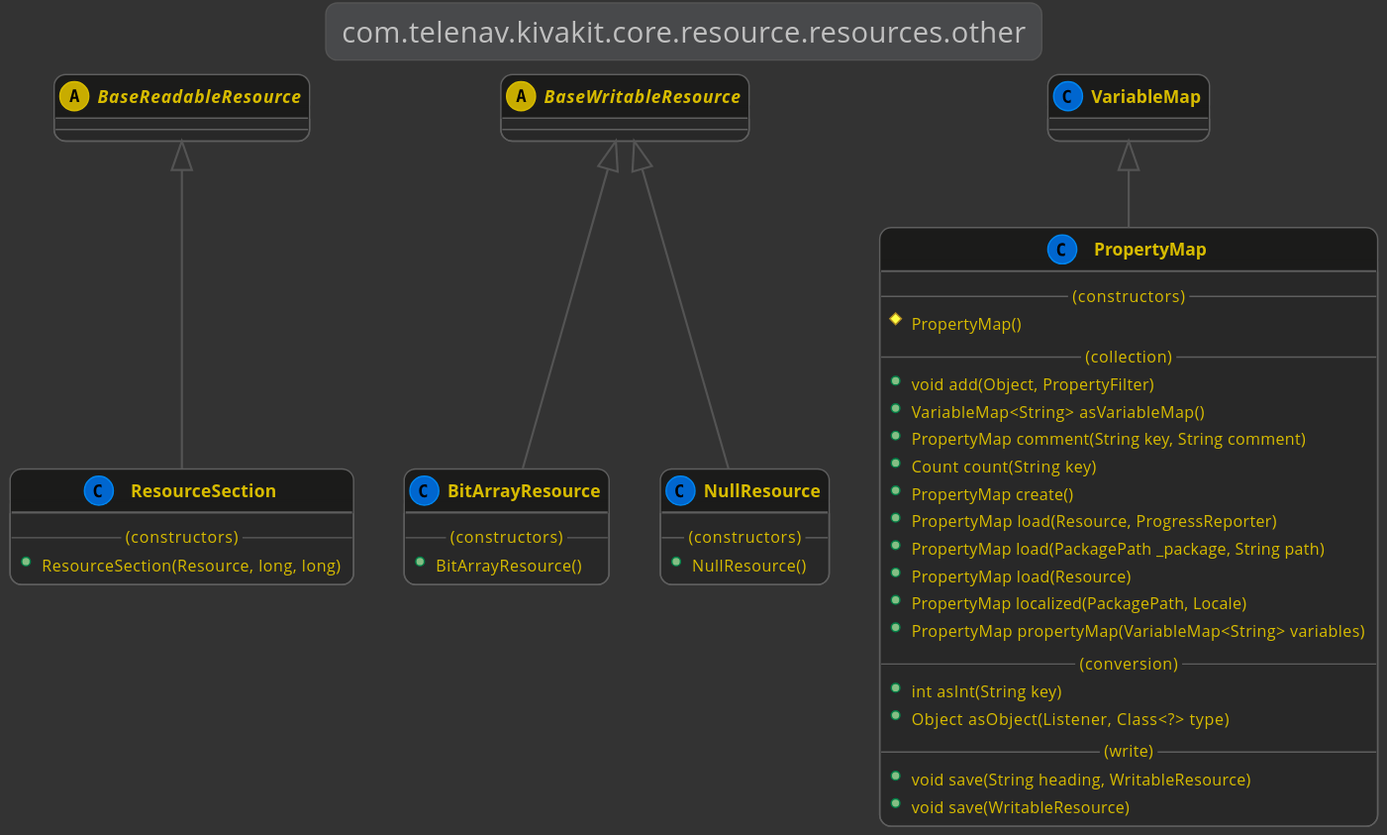
Telenav/kivakit keeps this PlantUML diagram as kivakit-core/resource/documentation/diagrams/com.telenav.kivakit.core.resource.resources.other.svg. Above is the earlier version.
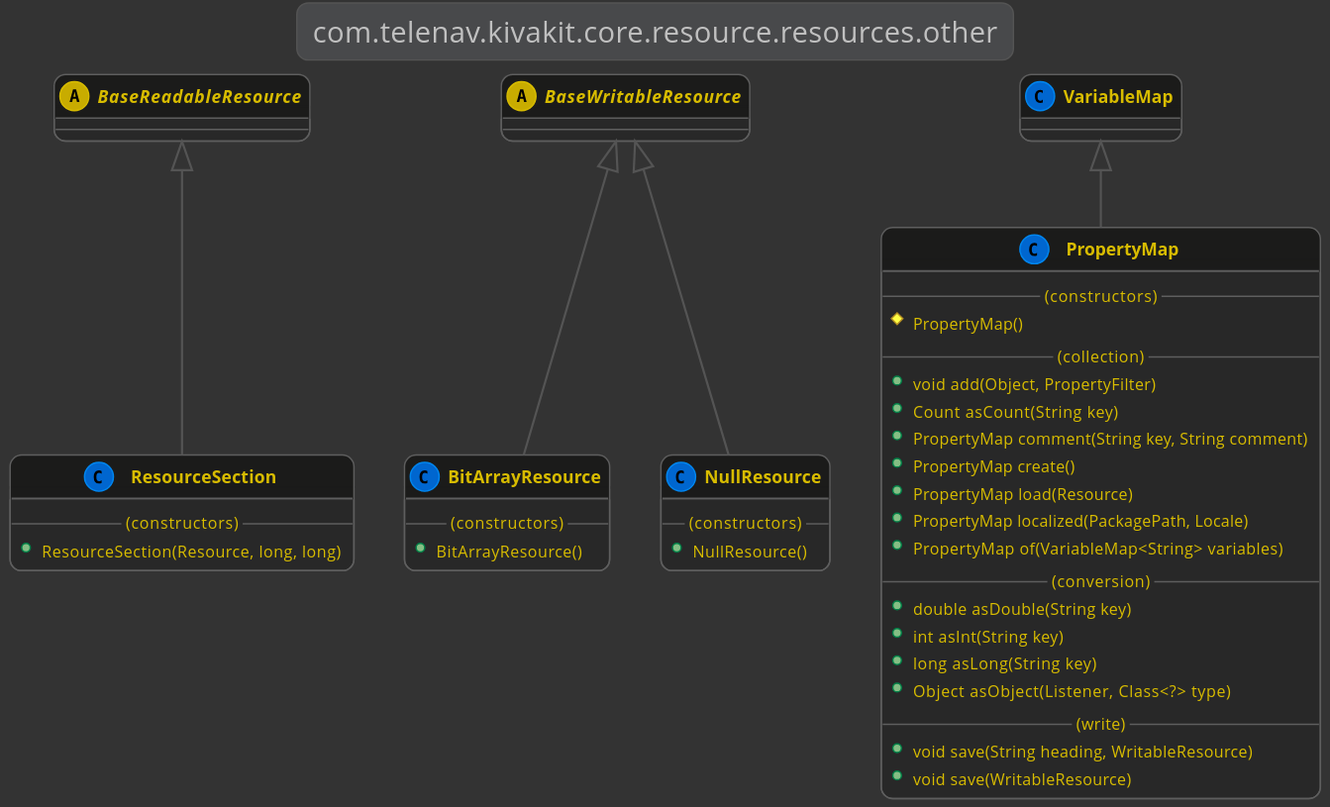
After the commit.

Change to the diagram source:
```diff
@@ -28,17 +28,16 @@
         #PropertyMap()
         --(collection)--
         +void add(Object, PropertyFilter)
-        +VariableMap<String> asVariableMap()
+        +Count asCount(String key)
         +PropertyMap comment(String key, String comment)
-        +Count count(String key)
         +PropertyMap create()
-        +PropertyMap load(Resource, ProgressReporter)
-        +PropertyMap load(PackagePath _package, String path)
         +PropertyMap load(Resource)
         +PropertyMap localized(PackagePath, Locale)
-        +PropertyMap propertyMap(VariableMap<String> variables)
+        +PropertyMap of(VariableMap<String> variables)
         --(conversion)--
+        +double asDouble(String key)
         +int asInt(String key)
+        +long asLong(String key)
         +Object asObject(Listener, Class<?> type)
         --(write)--
         +void save(String heading, WritableResource)
```
